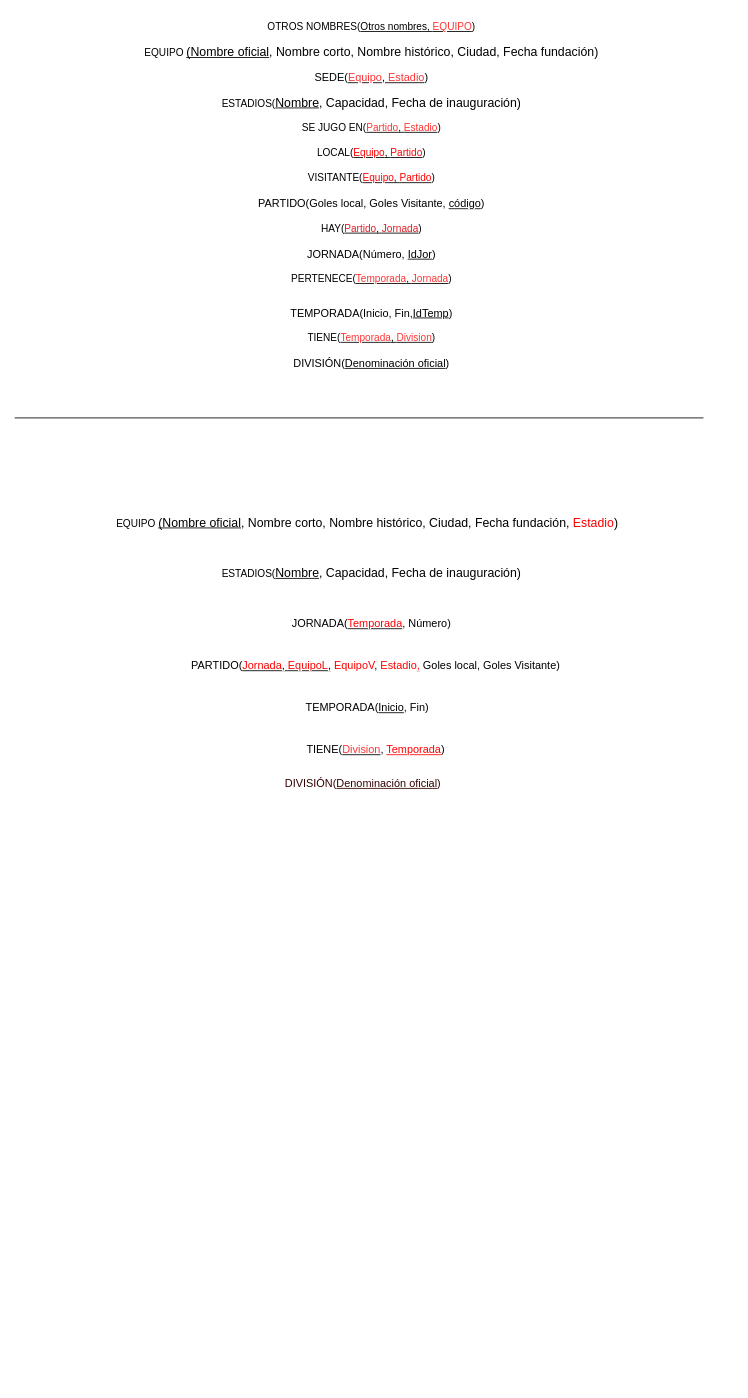
The draw.io diagram draws/EsquemaRelacional.drawio in Practicass/Practica1_LigaFutbol, before the edit. Source tidied: cells renumbered, new cells numbered last; positions are measured from the earlier drawing's top-left corner, leaving out a move shared by most shapes. Both pictures are drawn from the tidied source at 84%, with x=0, y=0 at pixel (14, 14).
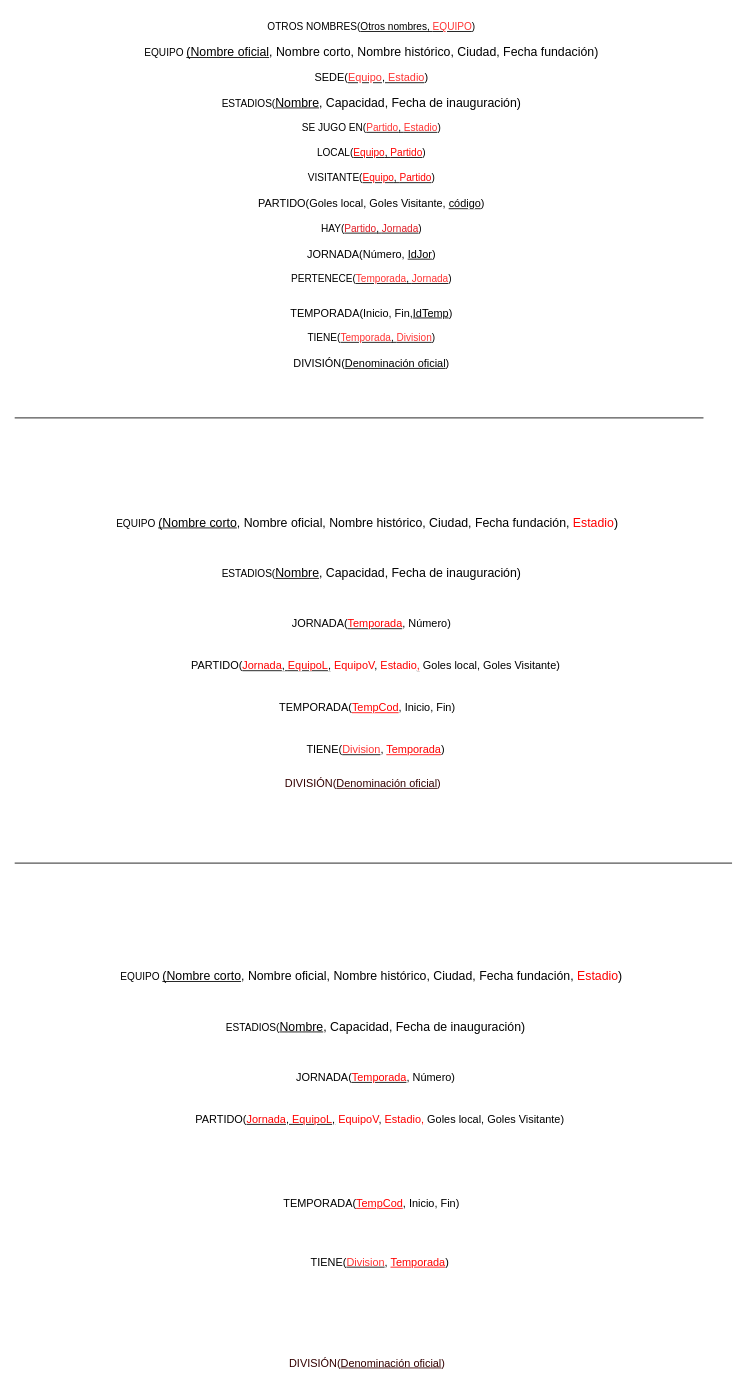
After the change.

Change to the diagram source:
```diff
@@
-    <mxCell id="16" value="EQUIPO &lt;span style=&quot;font-size: 11pt; font-family: Arial; color: rgb(0, 0, 0); background-color: transparent; font-weight: 400; font-style: normal; font-variant: normal; text-decoration: underline; text-decoration-skip-ink: none; vertical-align: baseline;&quot;&gt;(Nombre oficial&lt;/span&gt;&lt;span style=&quot;font-size: 11pt; font-family: Arial; color: rgb(0, 0, 0); background-color: transparent; font-weight: 400; font-style: normal; font-variant: normal; text-decoration: none; vertical-align: baseline;&quot;&gt;, Nombre corto, Nombre histórico, Ciudad, Fecha fundación, &lt;font color=&quot;#FF0000&quot;&gt;Estadio&lt;/font&gt;)&lt;/span&gt;" style="text;html=1;strokeColor=none;fillColor=none;align=center;verticalAlign=middle;whiteSpace=wrap;rounded=0;" parent="1" vertex="1">
+    <mxCell id="16" value="EQUIPO &lt;span style=&quot;font-size: 11pt; font-family: Arial; color: rgb(0, 0, 0); background-color: transparent; font-weight: 400; font-style: normal; font-variant: normal; text-decoration: underline; text-decoration-skip-ink: none; vertical-align: baseline;&quot;&gt;(Nombre corto&lt;/span&gt;&lt;span style=&quot;font-size: 11pt; font-family: Arial; color: rgb(0, 0, 0); background-color: transparent; font-weight: 400; font-style: normal; font-variant: normal; text-decoration: none; vertical-align: baseline;&quot;&gt;, Nombre oficial, Nombre histórico, Ciudad, Fecha fundación, &lt;font color=&quot;#FF0000&quot;&gt;Estadio&lt;/font&gt;)&lt;/span&gt;" style="text;html=1;strokeColor=none;fillColor=none;align=center;verticalAlign=middle;whiteSpace=wrap;rounded=0;" parent="1" vertex="1">
       <mxGeometry x="50" y="590" width="740" height="30" as="geometry" />
     </mxCell>
@@
-    <mxCell id="21" value="&lt;p id=&quot;docs-internal-guid-06d0baa3-7fff-bc2a-16c3-9cde62015013&quot; style=&quot;line-height: 1.38; margin-top: 0pt; margin-bottom: 0pt; font-size: 13px;&quot; dir=&quot;ltr&quot;&gt;TEMPORADA(&lt;u&gt;&lt;span style=&quot;font-family: Arial; color: rgb(0, 0, 0); background-color: transparent; font-style: normal; font-variant: normal; text-decoration-skip-ink: none; vertical-align: baseline;&quot;&gt;Inicio&lt;/span&gt;&lt;/u&gt;&lt;span style=&quot;font-family: Arial; color: rgb(0, 0, 0); background-color: transparent; font-style: normal; font-variant: normal; text-decoration: none; vertical-align: baseline;&quot;&gt;, Fin)&lt;/span&gt;&lt;/p&gt;&lt;p id=&quot;docs-internal-guid-d062ec6a-7fff-5ad4-b682-37d9f37c2bd6&quot; style=&quot;line-height:1.38;margin-top:0pt;margin-bottom:0pt;&quot; dir=&quot;ltr&quot;&gt;&lt;/p&gt;&lt;p id=&quot;docs-internal-guid-b29137fc-7fff-e210-7a7c-c94be5e26367&quot; style=&quot;line-height:1.38;margin-top:0pt;margin-bottom:0pt;&quot; dir=&quot;ltr&quot;&gt;&lt;/p&gt;&lt;p id=&quot;docs-internal-guid-ae7be185-7fff-9508-fb25-8bbcf56c84a8&quot; style=&quot;line-height:1.38;margin-top:0pt;margin-bottom:0pt;&quot; dir=&quot;ltr&quot;&gt;&lt;/p&gt;" style="text;html=1;strokeColor=none;fillColor=none;align=center;verticalAlign=middle;whiteSpace=wrap;rounded=0;" parent="1" vertex="1">
+    <mxCell id="21" value="&lt;p id=&quot;docs-internal-guid-06d0baa3-7fff-bc2a-16c3-9cde62015013&quot; style=&quot;line-height: 1.38; margin-top: 0pt; margin-bottom: 0pt; font-size: 13px;&quot; dir=&quot;ltr&quot;&gt;TEMPORADA(&lt;font color=&quot;#ff0000&quot;&gt;&lt;u&gt;TempCod&lt;/u&gt;&lt;/font&gt;,&amp;nbsp;&lt;span style=&quot;font-family: Arial; color: rgb(0, 0, 0); background-color: transparent; font-style: normal; font-variant: normal; text-decoration-skip-ink: none; vertical-align: baseline;&quot;&gt;Inicio&lt;/span&gt;&lt;span style=&quot;font-family: Arial; color: rgb(0, 0, 0); background-color: transparent; font-style: normal; font-variant: normal; text-decoration: none; vertical-align: baseline;&quot;&gt;, Fin)&lt;/span&gt;&lt;/p&gt;&lt;p id=&quot;docs-internal-guid-d062ec6a-7fff-5ad4-b682-37d9f37c2bd6&quot; style=&quot;line-height:1.38;margin-top:0pt;margin-bottom:0pt;&quot; dir=&quot;ltr&quot;&gt;&lt;/p&gt;&lt;p id=&quot;docs-internal-guid-b29137fc-7fff-e210-7a7c-c94be5e26367&quot; style=&quot;line-height:1.38;margin-top:0pt;margin-bottom:0pt;&quot; dir=&quot;ltr&quot;&gt;&lt;/p&gt;&lt;p id=&quot;docs-internal-guid-ae7be185-7fff-9508-fb25-8bbcf56c84a8&quot; style=&quot;line-height:1.38;margin-top:0pt;margin-bottom:0pt;&quot; dir=&quot;ltr&quot;&gt;&lt;/p&gt;" style="text;html=1;strokeColor=none;fillColor=none;align=center;verticalAlign=middle;whiteSpace=wrap;rounded=0;" parent="1" vertex="1">
       <mxGeometry x="50" y="810" width="740" height="30" as="geometry" />
     </mxCell>
@@
+    <mxCell id="24" value="EQUIPO &lt;span style=&quot;font-size: 11pt; font-family: Arial; color: rgb(0, 0, 0); background-color: transparent; font-weight: 400; font-style: normal; font-variant: normal; text-decoration: underline; text-decoration-skip-ink: none; vertical-align: baseline;&quot;&gt;(Nombre corto&lt;/span&gt;&lt;span style=&quot;font-size: 11pt; font-family: Arial; color: rgb(0, 0, 0); background-color: transparent; font-weight: 400; font-style: normal; font-variant: normal; text-decoration: none; vertical-align: baseline;&quot;&gt;, Nombre oficial, Nombre histórico, Ciudad, Fecha fundación, &lt;font color=&quot;#FF0000&quot;&gt;Estadio&lt;/font&gt;)&lt;/span&gt;" style="text;html=1;strokeColor=none;fillColor=none;align=center;verticalAlign=middle;whiteSpace=wrap;rounded=0;" parent="1" vertex="1">
+      <mxGeometry x="55" y="1130" width="740" height="30" as="geometry" />
+    </mxCell>
+    <mxCell id="25" value="&lt;p id=&quot;docs-internal-guid-b29137fc-7fff-e210-7a7c-c94be5e26367&quot; style=&quot;line-height: 1.38; margin-top: 0pt; margin-bottom: 0pt; font-size: 13px;&quot; dir=&quot;ltr&quot;&gt;&lt;font style=&quot;font-size: 13px;&quot;&gt;PARTIDO(&lt;u&gt;&lt;font color=&quot;#FF0000&quot;&gt;Jornada&lt;/font&gt;, &lt;font color=&quot;#FF0000&quot;&gt;EquipoL&lt;/font&gt;,&lt;/u&gt;&lt;font color=&quot;#FF0000&quot;&gt; EquipoV&lt;/font&gt;&lt;/font&gt;&lt;font style=&quot;font-size: 13px;&quot;&gt;, &lt;/font&gt;&lt;font style=&quot;font-size: 13px;&quot;&gt;&lt;font color=&quot;#FF0000&quot;&gt;Estadio&lt;/font&gt;&lt;u&gt;&lt;font color=&quot;#FF0000&quot;&gt;,&lt;/font&gt;&lt;/u&gt;&lt;font color=&quot;#FF0000&quot;&gt; &lt;/font&gt;&lt;/font&gt;&lt;font style=&quot;font-size: 13px;&quot;&gt;Goles local, Goles Visitante)&lt;/font&gt;&lt;/p&gt;&lt;p id=&quot;docs-internal-guid-ae7be185-7fff-9508-fb25-8bbcf56c84a8&quot; style=&quot;line-height: 1.38; margin-top: 0pt; margin-bottom: 0pt; font-size: 13px;&quot; dir=&quot;ltr&quot;&gt;&lt;/p&gt;" style="text;html=1;strokeColor=none;fillColor=none;align=center;verticalAlign=middle;whiteSpace=wrap;rounded=0;" parent="1" vertex="1">
+      <mxGeometry x="65" y="1300" width="740" height="30" as="geometry" />
+    </mxCell>
+    <mxCell id="26" value="&lt;p id=&quot;docs-internal-guid-ae7be185-7fff-9508-fb25-8bbcf56c84a8&quot; style=&quot;line-height:1.38;margin-top:0pt;margin-bottom:0pt;&quot; dir=&quot;ltr&quot;&gt;ESTADIOS(&lt;span style=&quot;font-size: 11pt; font-family: Arial; color: rgb(0, 0, 0); background-color: transparent; font-weight: 400; font-style: normal; font-variant: normal; text-decoration: underline; text-decoration-skip-ink: none; vertical-align: baseline;&quot;&gt;Nombre&lt;/span&gt;&lt;span style=&quot;font-size: 11pt; font-family: Arial; color: rgb(0, 0, 0); background-color: transparent; font-weight: 400; font-style: normal; font-variant: normal; text-decoration: none; vertical-align: baseline;&quot;&gt;, Capacidad, Fecha de inauguración)&lt;/span&gt;&lt;/p&gt;" style="text;html=1;strokeColor=none;fillColor=none;align=center;verticalAlign=middle;whiteSpace=wrap;rounded=0;" parent="1" vertex="1">
+      <mxGeometry x="60" y="1190" width="740" height="30" as="geometry" />
+    </mxCell>
+    <mxCell id="27" value="&lt;p id=&quot;docs-internal-guid-d062ec6a-7fff-5ad4-b682-37d9f37c2bd6&quot; style=&quot;line-height: 1.38; margin-top: 0pt; margin-bottom: 0pt; font-size: 13px;&quot; dir=&quot;ltr&quot;&gt;JORNADA(&lt;u&gt;&lt;font color=&quot;#FF0000&quot;&gt;Temporada&lt;/font&gt;&lt;/u&gt;, Número)&lt;/p&gt;&lt;p id=&quot;docs-internal-guid-b29137fc-7fff-e210-7a7c-c94be5e26367&quot; style=&quot;line-height:1.38;margin-top:0pt;margin-bottom:0pt;&quot; dir=&quot;ltr&quot;&gt;&lt;/p&gt;&lt;p id=&quot;docs-internal-guid-ae7be185-7fff-9508-fb25-8bbcf56c84a8&quot; style=&quot;line-height:1.38;margin-top:0pt;margin-bottom:0pt;&quot; dir=&quot;ltr&quot;&gt;&lt;/p&gt;" style="text;html=1;strokeColor=none;fillColor=none;align=center;verticalAlign=middle;whiteSpace=wrap;rounded=0;" parent="1" vertex="1">
+      <mxGeometry x="60" y="1250" width="740" height="30" as="geometry" />
+    </mxCell>
+    <mxCell id="28" value="&lt;p id=&quot;docs-internal-guid-06d0baa3-7fff-bc2a-16c3-9cde62015013&quot; style=&quot;line-height: 1.38; margin-top: 0pt; margin-bottom: 0pt; font-size: 13px;&quot; dir=&quot;ltr&quot;&gt;TEMPORADA(&lt;font color=&quot;#ff0000&quot;&gt;&lt;u&gt;TempCod&lt;/u&gt;&lt;/font&gt;,&amp;nbsp;&lt;span style=&quot;font-family: Arial; color: rgb(0, 0, 0); background-color: transparent; font-style: normal; font-variant: normal; text-decoration-skip-ink: none; vertical-align: baseline;&quot;&gt;Inicio&lt;/span&gt;&lt;span style=&quot;font-family: Arial; color: rgb(0, 0, 0); background-color: transparent; font-style: normal; font-variant: normal; text-decoration: none; vertical-align: baseline;&quot;&gt;, Fin)&lt;/span&gt;&lt;/p&gt;&lt;p id=&quot;docs-internal-guid-d062ec6a-7fff-5ad4-b682-37d9f37c2bd6&quot; style=&quot;line-height:1.38;margin-top:0pt;margin-bottom:0pt;&quot; dir=&quot;ltr&quot;&gt;&lt;/p&gt;&lt;p id=&quot;docs-internal-guid-b29137fc-7fff-e210-7a7c-c94be5e26367&quot; style=&quot;line-height:1.38;margin-top:0pt;margin-bottom:0pt;&quot; dir=&quot;ltr&quot;&gt;&lt;/p&gt;&lt;p id=&quot;docs-internal-guid-ae7be185-7fff-9508-fb25-8bbcf56c84a8&quot; style=&quot;line-height:1.38;margin-top:0pt;margin-bottom:0pt;&quot; dir=&quot;ltr&quot;&gt;&lt;/p&gt;" style="text;html=1;strokeColor=none;fillColor=none;align=center;verticalAlign=middle;whiteSpace=wrap;rounded=0;" parent="1" vertex="1">
+      <mxGeometry x="55" y="1400" width="740" height="30" as="geometry" />
+    </mxCell>
+    <mxCell id="29" value="&lt;p id=&quot;docs-internal-guid-3562eadd-7fff-00f9-283a-577bf8721a5b&quot; style=&quot;line-height: 1.38; margin-top: 0pt; margin-bottom: 0pt; font-size: 13px;&quot; dir=&quot;ltr&quot;&gt;&lt;font style=&quot;font-size: 13px;&quot; color=&quot;#330000&quot;&gt;DIVISIÓN(&lt;u&gt;Denominación oficial&lt;/u&gt;)&lt;/font&gt;&lt;/p&gt;" style="text;whiteSpace=wrap;html=1;fontColor=#FF3333;" parent="1" vertex="1">
+      <mxGeometry x="325" y="1590" width="220" height="40" as="geometry" />
+    </mxCell>
+    <mxCell id="30" value="&lt;p id=&quot;docs-internal-guid-06d0baa3-7fff-bc2a-16c3-9cde62015013&quot; style=&quot;line-height: 1.38; margin-top: 0pt; margin-bottom: 0pt; font-size: 13px;&quot; dir=&quot;ltr&quot;&gt;TIENE(&lt;u&gt;&lt;font color=&quot;#FF3333&quot;&gt;Division&lt;/font&gt;&lt;/u&gt;, &lt;font color=&quot;#ff0000&quot;&gt;&lt;u&gt;Temporada&lt;/u&gt;&lt;/font&gt;&lt;span style=&quot;font-family: Arial; color: rgb(0, 0, 0); background-color: transparent; font-style: normal; font-variant: normal; text-decoration: none; vertical-align: baseline;&quot;&gt;)&lt;/span&gt;&lt;/p&gt;&lt;p id=&quot;docs-internal-guid-d062ec6a-7fff-5ad4-b682-37d9f37c2bd6&quot; style=&quot;line-height:1.38;margin-top:0pt;margin-bottom:0pt;&quot; dir=&quot;ltr&quot;&gt;&lt;/p&gt;&lt;p id=&quot;docs-internal-guid-b29137fc-7fff-e210-7a7c-c94be5e26367&quot; style=&quot;line-height:1.38;margin-top:0pt;margin-bottom:0pt;&quot; dir=&quot;ltr&quot;&gt;&lt;/p&gt;&lt;p id=&quot;docs-internal-guid-ae7be185-7fff-9508-fb25-8bbcf56c84a8&quot; style=&quot;line-height:1.38;margin-top:0pt;margin-bottom:0pt;&quot; dir=&quot;ltr&quot;&gt;&lt;/p&gt;" style="text;html=1;strokeColor=none;fillColor=none;align=center;verticalAlign=middle;whiteSpace=wrap;rounded=0;" parent="1" vertex="1">
+      <mxGeometry x="65" y="1470" width="740" height="30" as="geometry" />
+    </mxCell>
+    <mxCell id="31" style="endArrow=none;html=1;rounded=0;fontColor=#FF0000;" parent="1" edge="1">
+      <mxGeometry relative="1" as="geometry">
+        <mxPoint y="1010" as="sourcePoint" />
+        <mxPoint x="854" y="1010" as="targetPoint" />
+      </mxGeometry>
+    </mxCell>
```
